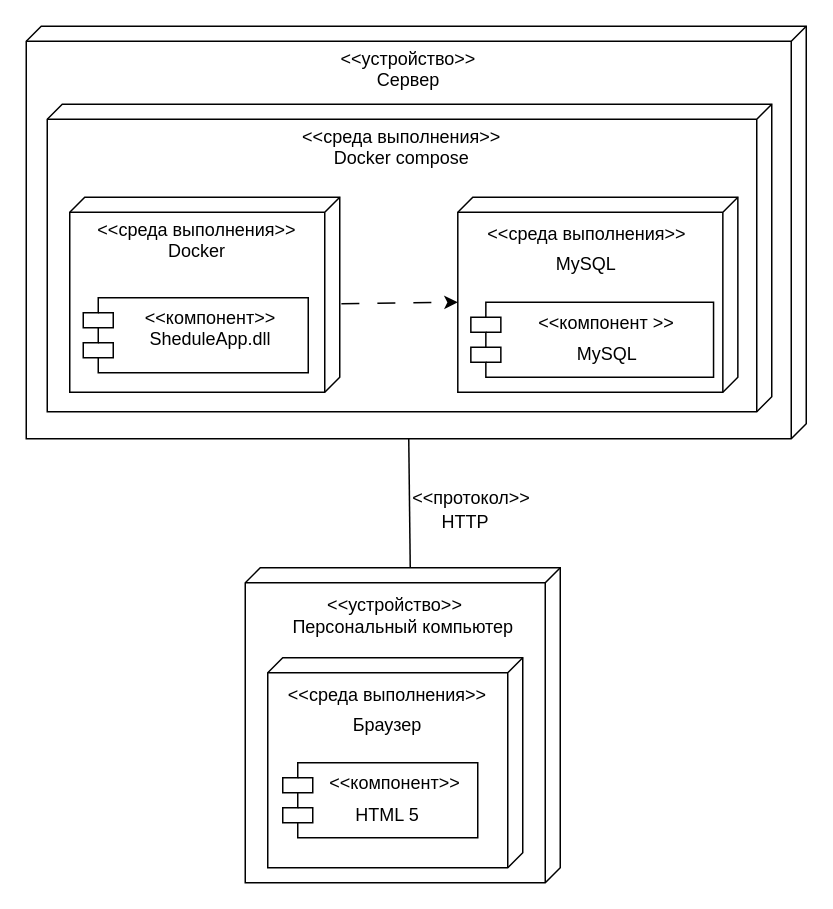
Earlier version of the draw.io diagram Схема развёртывания МА.drawio (imStydent/Documents). Source tidied: cells renumbered, new cells numbered last; positions are measured from the earlier drawing's top-left corner, leaving out a move shared by most shapes. Both pictures are drawn from the tidied source at 150%, with x=0, y=0 at pixel (26, 26).
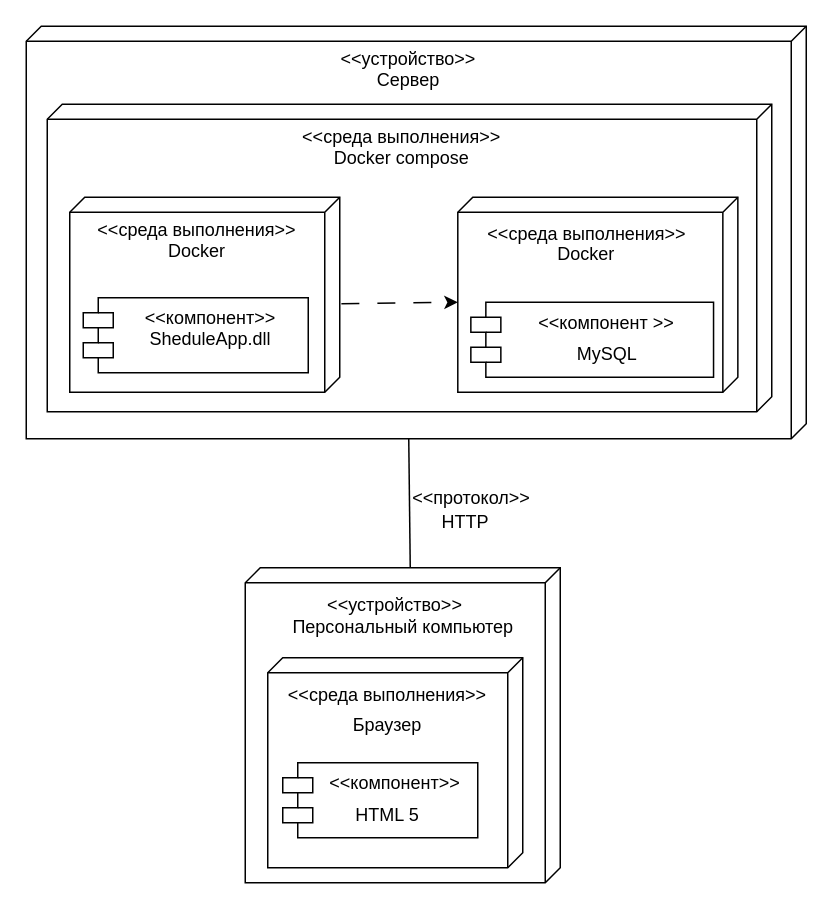
The same diagram, later.

The change refers to these unchanged cells:
```xml
<mxCell id="20" style="group;" parent="19" vertex="1">
  <mxGeometry x="2.5" width="188" height="130" as="geometry" />
</mxCell>
```

What changed in the source:
```diff
@@
-    <mxCell id="23" value="MySQL" style="text;html=1;align=center;verticalAlign=middle;whiteSpace=wrap;rounded=0;" parent="20" vertex="1">
-      <mxGeometry x="49.8" y="30" width="74.7" height="30" as="geometry" />
+    <mxCell id="23" value="Docker" style="text;html=1;align=center;verticalAlign=middle;whiteSpace=wrap;rounded=0;" parent="20" vertex="1">
+      <mxGeometry x="49.8" y="23" width="74.7" height="30" as="geometry" />
     </mxCell>
```
